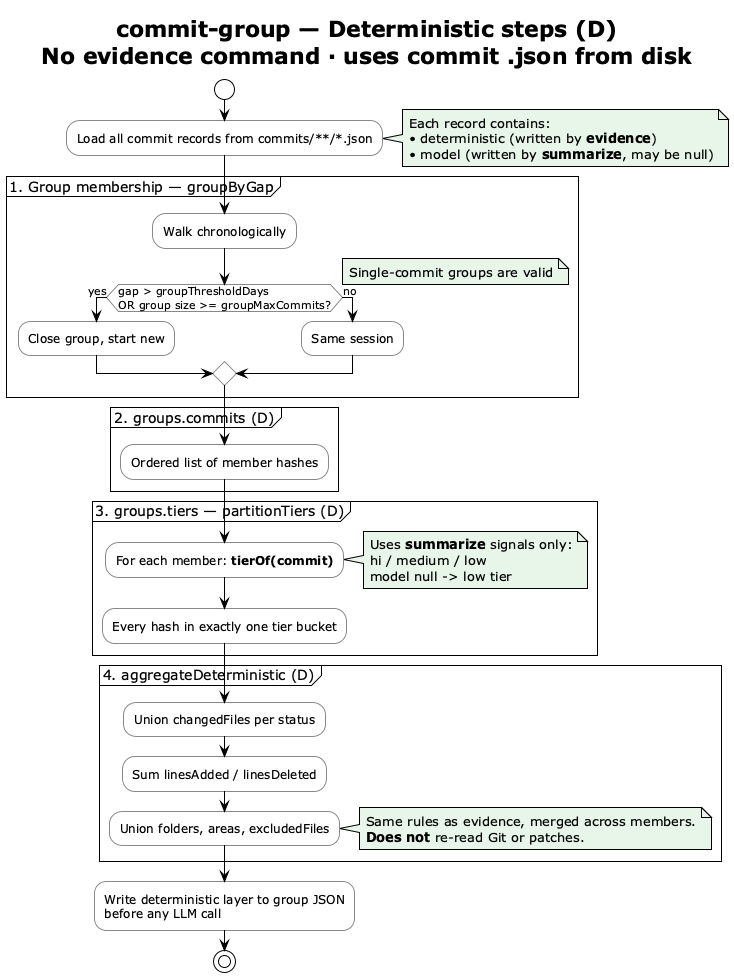
Above: img/commit-group-deterministic.png in vzakharchenko/dev-workgraph (PlantUML), before the change. Source of this version:
```plantuml
@startuml commit-group-deterministic
!theme plain
skinparam shadowing false
skinparam ActivityBorderColor #888888
skinparam NoteBackgroundColor #E8F5E9

title **commit-group** — Deterministic steps (D)\nNo evidence command · uses commit .json from disk

start

:Load all commit records from commits/**/*.json;

note right
  Each record contains:
  • deterministic (written by **evidence**)
  • model (written by **summarize**, may be null)
end note

partition "1. Group membership — groupByGap" {
  :Walk chronologically;
  if (gap > groupThresholdDays\nOR group size >= groupMaxCommits?) then (yes)
    :Close group, start new;
  else (no)
    :Same session;
  endif
  note right: Single-commit groups are valid
}

partition "2. groups.commits (D)" {
  :Ordered list of member hashes;
}

partition "3. groups.tiers — partitionTiers (D)" {
  :For each member: **tierOf(commit)**;
  note right
    Uses **summarize** signals only:
    hi / medium / low
    model null -> low tier
  end note
  :Every hash in exactly one tier bucket;
}

partition "4. aggregateDeterministic (D)" {
  :Union changedFiles per status;
  :Sum linesAdded / linesDeleted;
  :Union folders, areas, excludedFiles;
  note right
    Same rules as evidence, merged across members.
    **Does not** re-read Git or patches.
  end note
}

:Write deterministic layer to group JSON\nbefore any LLM call;

stop

@enduml
```
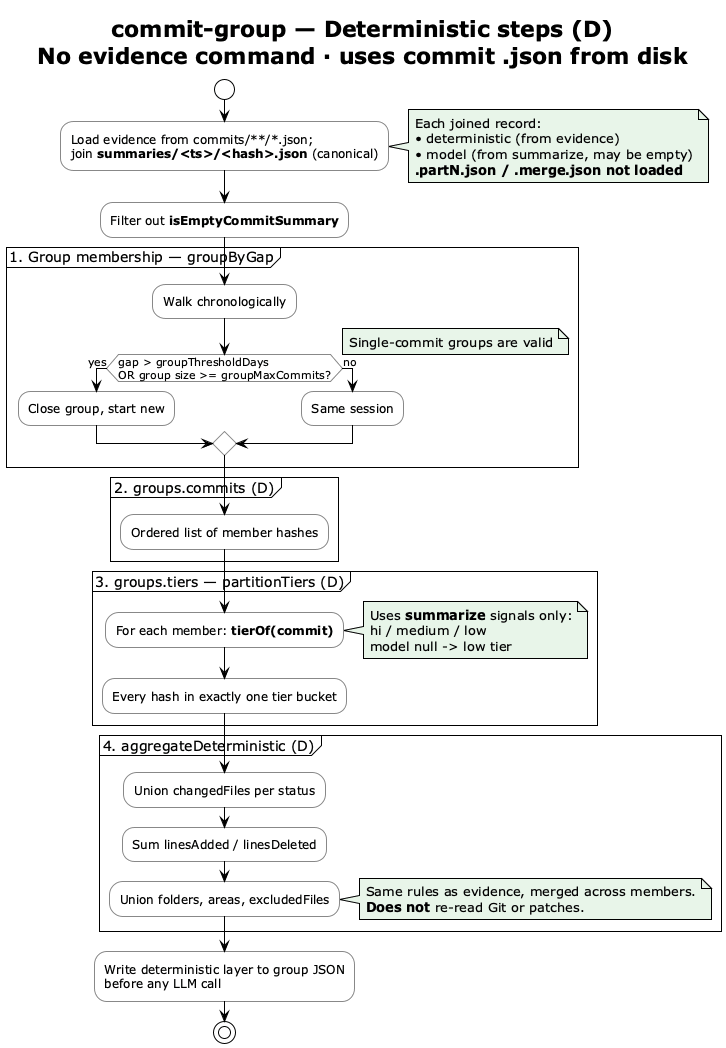
The same file after the commit.

Diff of the diagram source:
```diff
@@ -8,13 +8,16 @@
 
 start
 
-:Load all commit records from commits/**/*.json;
+:Load evidence from commits/**/*.json;\njoin **summaries/<ts>/<hash>.json** (canonical);
 
 note right
-  Each record contains:
-  • deterministic (written by **evidence**)
-  • model (written by **summarize**, may be null)
+  Each joined record:
+  • deterministic (from evidence)
+  • model (from summarize, may be empty)
+  **.partN.json / .merge.json not loaded**
 end note
+
+:Filter out **isEmptyCommitSummary**;
 
 partition "1. Group membership — groupByGap" {
   :Walk chronologically;
```
